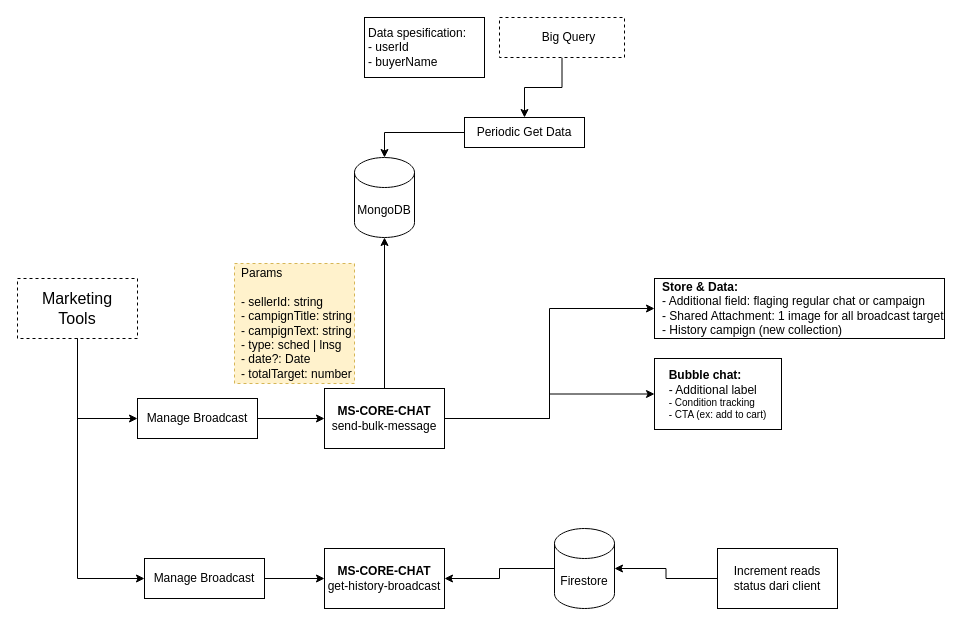
Earlier version of the draw.io diagram page "Chat for Campign" (6 of 8) of System Design Padi Chat.drawio (yogiprsetya/app.diagrams.net). Source tidied: cells renumbered, new cells numbered last; positions are measured from the earlier drawing's top-left corner, leaving out a move shared by most shapes. Both pictures are drawn from the tidied source at 100%, with x=0, y=0 at pixel (17, 17).
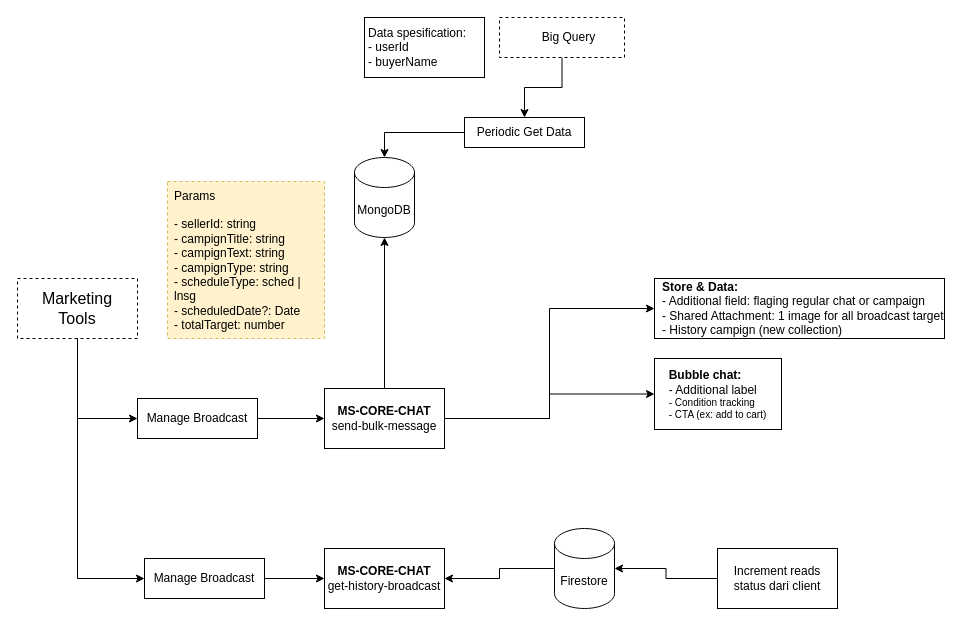
After the change.

Change to the diagram source:
```diff
@@
-    <mxCell id="13" value="&lt;div align=&quot;left&quot;&gt;Params&lt;/div&gt;&lt;div&gt;&lt;br&gt;&lt;/div&gt;&lt;div&gt;- sellerId: string&lt;/div&gt;&lt;div&gt;- campignTitle: string&lt;br&gt;&lt;/div&gt;&lt;div&gt;- campignText: string&lt;/div&gt;&lt;div&gt;- type: sched | lnsg&lt;/div&gt;&lt;div&gt;- date?: Date&lt;/div&gt;&lt;div&gt;- totalTarget: number&lt;br&gt;&lt;/div&gt;" style="whiteSpace=wrap;html=1;align=left;spacingTop=0;spacingLeft=5;dashed=1;fillColor=#fff2cc;strokeColor=#d6b656;" parent="1" vertex="1">
-      <mxGeometry x="217" y="246" width="120" height="120" as="geometry" />
+    <mxCell id="13" value="&lt;div align=&quot;left&quot;&gt;Params&lt;/div&gt;&lt;div&gt;&lt;br&gt;&lt;/div&gt;&lt;div&gt;- sellerId: string&lt;/div&gt;&lt;div&gt;- campignTitle: string&lt;br&gt;&lt;/div&gt;&lt;div&gt;- campignText: string&lt;/div&gt;&lt;div&gt;- campignType: string&lt;br&gt;&lt;/div&gt;&lt;div&gt;- scheduleType: sched | lnsg&lt;/div&gt;&lt;div&gt;- scheduledDate?: Date&lt;/div&gt;&lt;div&gt;- totalTarget: number&lt;/div&gt;" style="whiteSpace=wrap;html=1;align=left;spacingTop=0;spacingLeft=5;dashed=1;fillColor=#fff2cc;strokeColor=#d6b656;" parent="1" vertex="1">
+      <mxGeometry x="150" y="164" width="157" height="157" as="geometry" />
     </mxCell>
```
